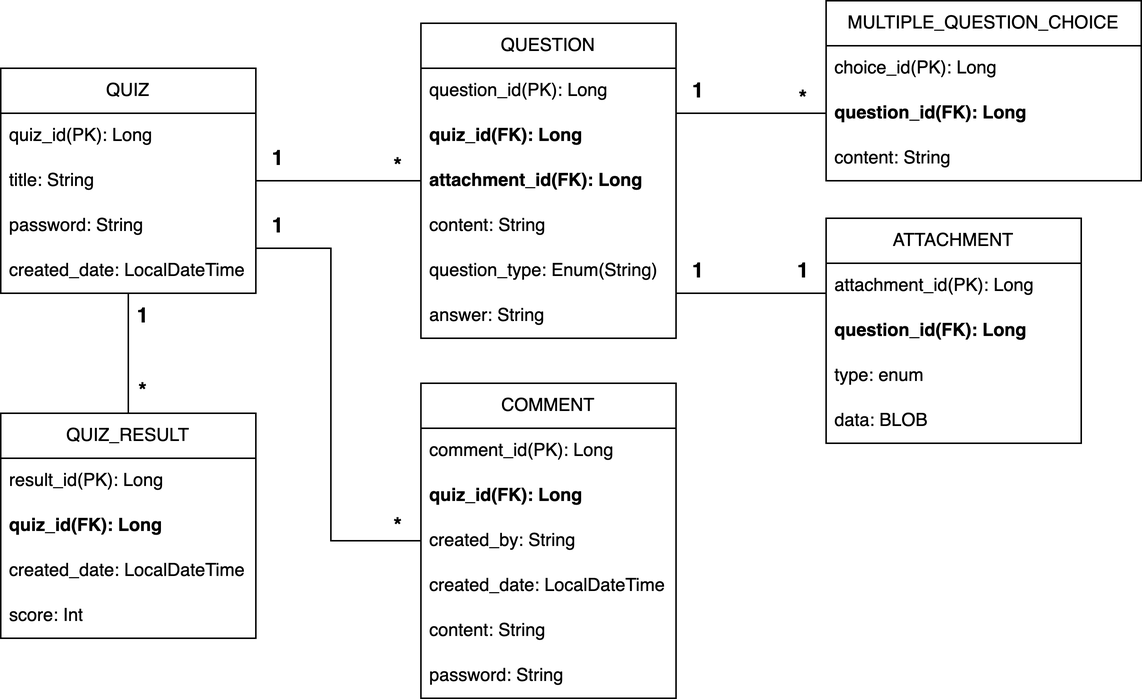
Before: readme-img/harpseal_domain_model.png, a diagram exported from draw.io (mynameisjaehoon/harpseal-backend). Source tidied: cells renumbered, new cells last; positions are measured from the earlier drawing's top-left corner, leaving out a move shared by most shapes.
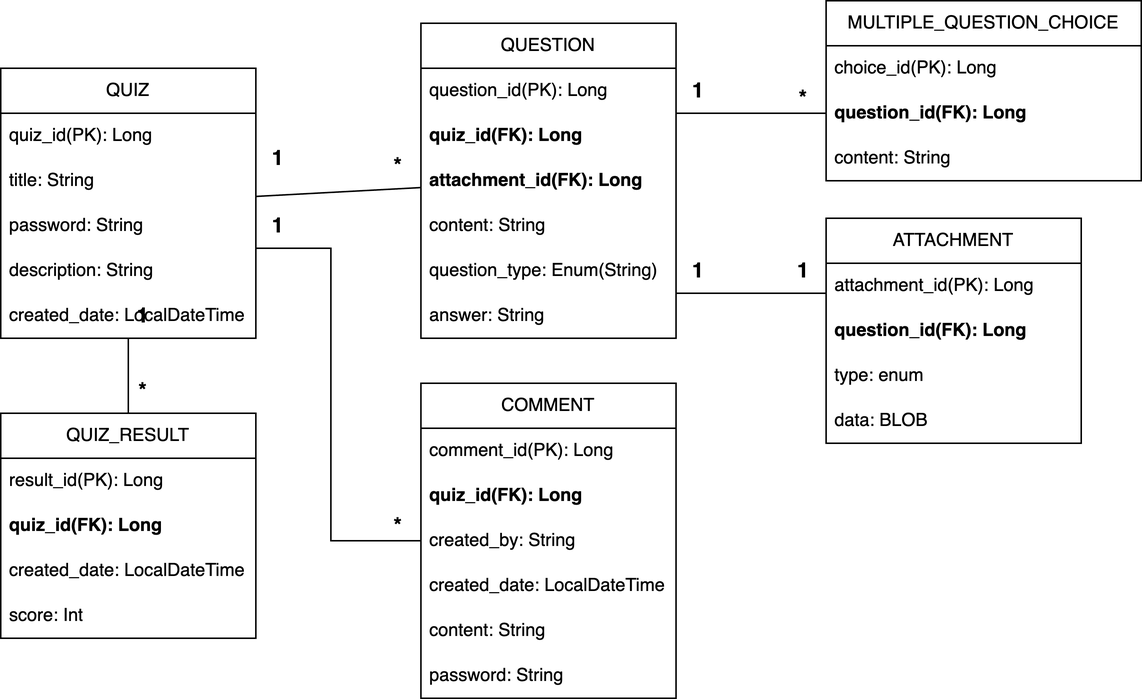
The same diagram one commit later.

Change to the diagram source:
```diff
@@ -3,7 +3,7 @@
     <mxCell id="0" />
     <mxCell id="1" parent="0" />
     <mxCell id="2" value="QUIZ" style="swimlane;fontStyle=0;horizontal=1;startSize=30;whiteSpace=wrap;html=1;" parent="1" vertex="1">
-      <mxGeometry y="45" width="170" height="150" as="geometry" />
+      <mxGeometry y="45" width="170" height="180" as="geometry" />
     </mxCell>
     <mxCell id="3" value="quiz_id(PK): Long" style="text;strokeColor=none;fillColor=none;align=left;verticalAlign=middle;spacingLeft=4;spacingRight=4;overflow=hidden;whiteSpace=wrap;html=1;" parent="2" vertex="1">
       <mxGeometry y="30" width="170" height="30" as="geometry" />
@@ -14,8 +14,11 @@
     <mxCell id="5" value="password: String" style="text;strokeColor=none;fillColor=none;align=left;verticalAlign=middle;spacingLeft=4;spacingRight=4;overflow=hidden;whiteSpace=wrap;html=1;" parent="2" vertex="1">
       <mxGeometry y="90" width="170" height="30" as="geometry" />
     </mxCell>
+    <mxCell id="50" value="description: String" style="text;strokeColor=none;fillColor=none;align=left;verticalAlign=middle;spacingLeft=4;spacingRight=4;overflow=hidden;whiteSpace=wrap;html=1;" parent="2" vertex="1">
+      <mxGeometry y="120" width="170" height="30" as="geometry" />
+    </mxCell>
     <mxCell id="6" value="created_date: LocalDateTime" style="text;strokeColor=none;fillColor=none;align=left;verticalAlign=middle;spacingLeft=4;spacingRight=4;overflow=hidden;whiteSpace=wrap;html=1;" parent="2" vertex="1">
-      <mxGeometry y="120" width="170" height="30" as="geometry" />
+      <mxGeometry y="150" width="170" height="30" as="geometry" />
     </mxCell>
     <mxCell id="7" value="QUESTION" style="swimlane;fontStyle=0;horizontal=1;startSize=30;whiteSpace=wrap;html=1;" parent="1" vertex="1">
       <mxGeometry x="280" y="15" width="170" height="210" as="geometry" />
```
